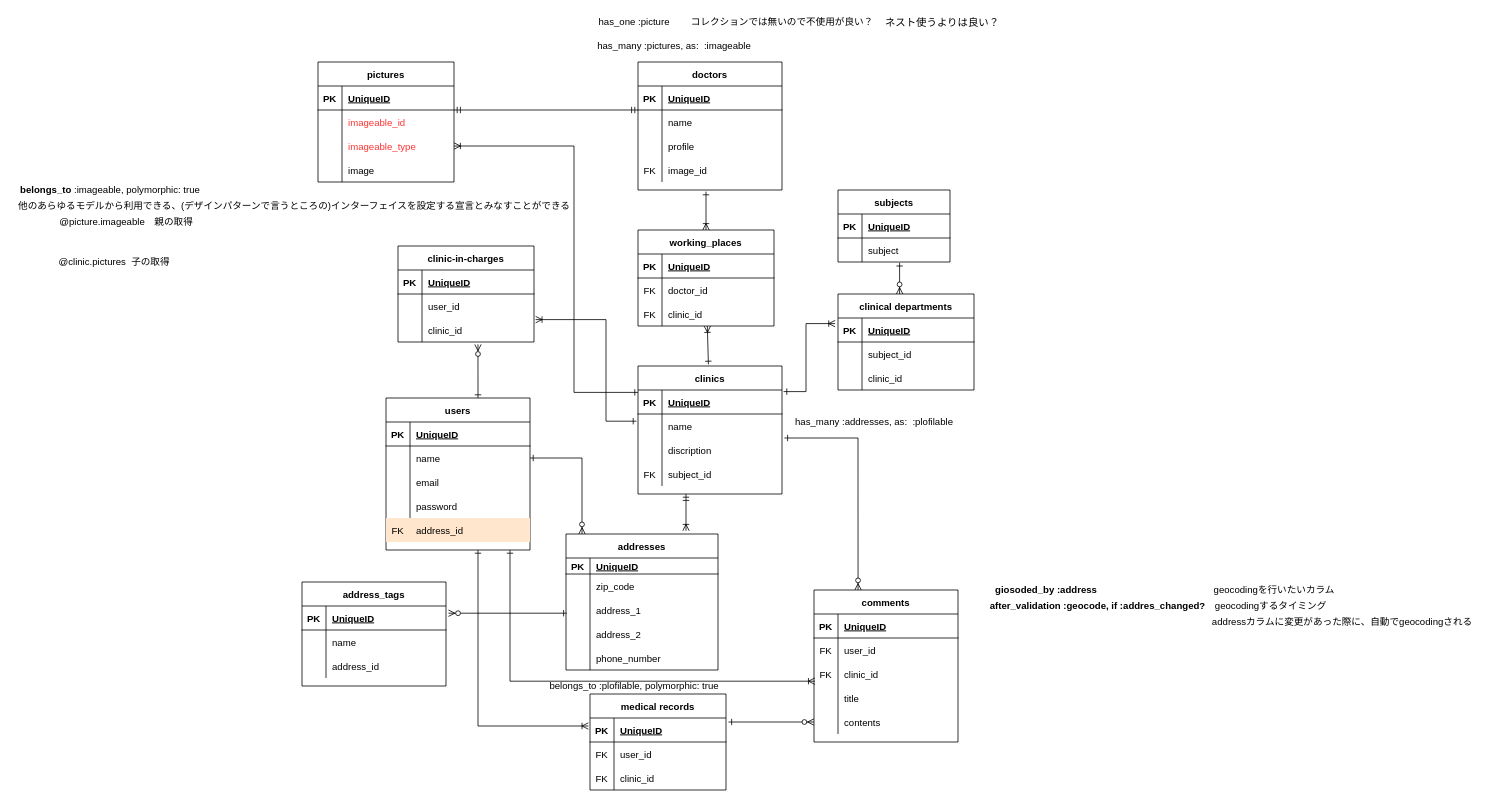
Earlier version of the draw.io diagram page "help_doctor" (4 of 4) of Untitled Diagram.drawio (Sec-il-n/dic_guraduate_parts). Source tidied: cells renumbered, new cells numbered last; positions are measured from the earlier drawing's top-left corner, leaving out a move shared by most shapes. Both pictures are drawn from the tidied source at 80%, with x=0, y=0 at pixel (14, 14).
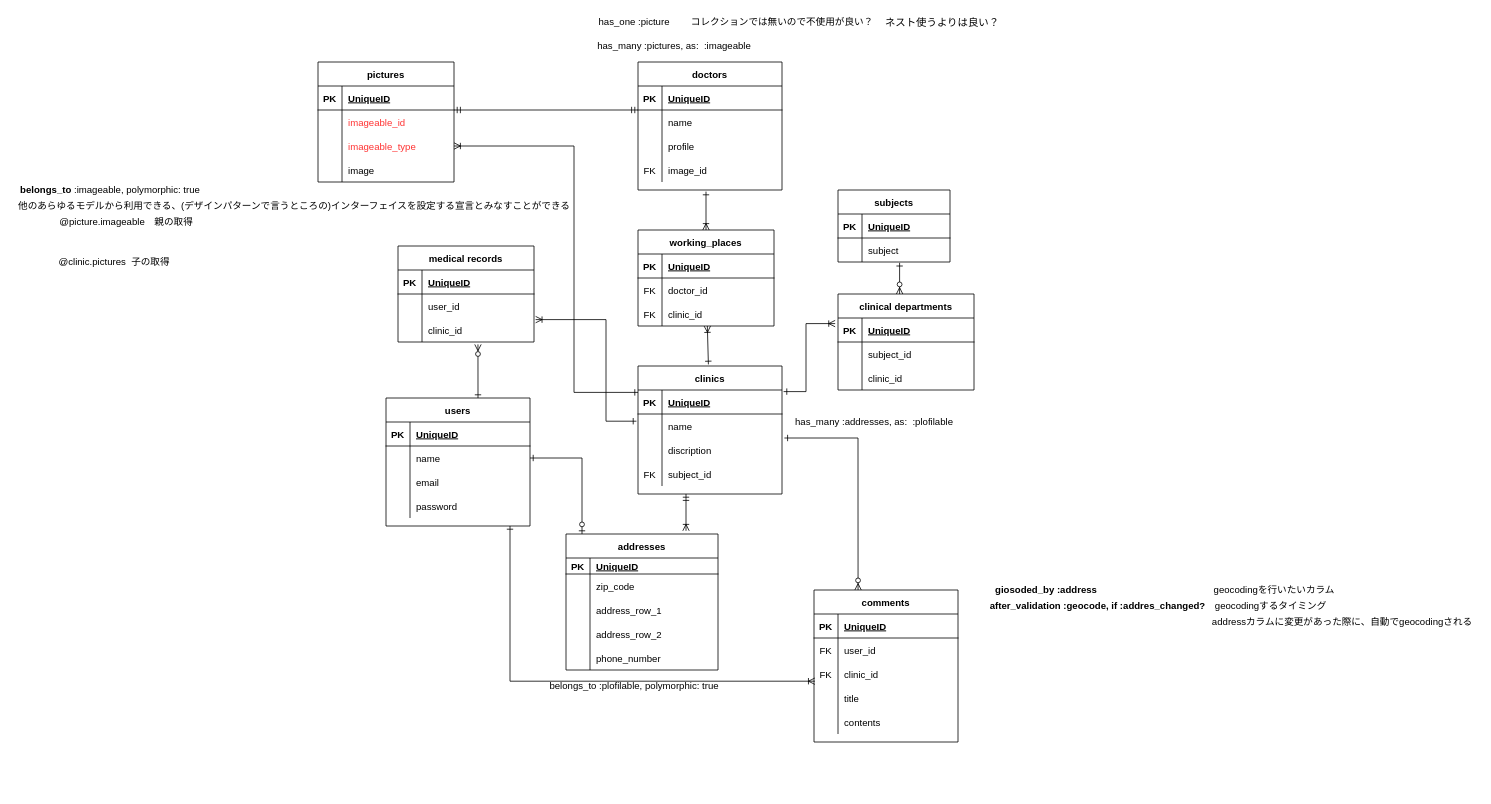
After the change.

Commit message:
Untitled Diagram.drawio を更新します

Unchanged cells that the change refers to:
```xml
<mxCell id="6" style="shape=partialRectangle;fillColor=none;top=0;left=0;bottom=0;right=0;points=[[0,0.5],[1,0.5]];portConstraint=eastwest;" parent="2" vertex="1">
  <mxGeometry y="60" width="180" height="30" as="geometry" />
</mxCell>
<mxCell id="100" style="shape=partialRectangle;fillColor=none;top=0;left=0;bottom=0;right=0;points=[[0,0.5],[1,0.5]];portConstraint=eastwest;" parent="93" vertex="1">
  <mxGeometry y="90" width="180" height="30" as="geometry" />
</mxCell>
<mxCell id="106" style="shape=partialRectangle;fillColor=none;top=0;left=0;bottom=0;right=0;points=[[0,0.5],[1,0.5]];portConstraint=eastwest;" parent="93" vertex="1">
  <mxGeometry y="150" width="180" height="30" as="geometry" />
</mxCell>
<mxCell id="146" style="shape=partialRectangle;fillColor=none;top=0;left=0;bottom=0;right=0;" parent="139" vertex="1">
  <mxGeometry y="80" width="190" height="30" as="geometry" />
</mxCell>
<mxCell id="149" style="shape=partialRectangle;fillColor=none;top=0;left=0;bottom=0;right=0;" parent="139" vertex="1">
  <mxGeometry y="110" width="190" height="30" as="geometry" />
</mxCell>
```

Diff of the diagram source:
```diff
@@
     <mxCell id="2" value="users" style="shape=table;startSize=30;childLayout=tableLayout;rowLines=0;fontStyle=1;align=center;" parent="1" vertex="1">
-      <mxGeometry x="465" y="480" width="180" height="190" as="geometry" />
+      <mxGeometry x="465" y="480" width="180" height="160" as="geometry" />
     </mxCell>
@@
-    <mxCell id="15" style="shape=partialRectangle;fillColor=#ffe6cc;top=0;left=0;bottom=0;right=0;strokeColor=#d79b00;" parent="2" vertex="1">
-      <mxGeometry y="150" width="180" height="30" as="geometry" />
-    </mxCell>
-    <mxCell id="16" value="FK" style="shape=partialRectangle;fillColor=none;top=0;left=0;bottom=0;right=0;overflow=hidden;" parent="15" vertex="1">
-      <mxGeometry width="30" height="30" as="geometry" />
-    </mxCell>
-    <mxCell id="17" value="address_id" style="shape=partialRectangle;fillColor=none;top=0;left=0;bottom=0;right=0;align=left;spacingLeft=6;overflow=hidden;" parent="15" vertex="1">
-      <mxGeometry x="30" width="150" height="30" as="geometry" />
-    </mxCell>
@@
-    <mxCell id="71" value="medical records" style="shape=table;startSize=30;childLayout=tableLayout;rowLines=0;fontStyle=1;align=center;strokeColor=#000000;fillColor=#FFFFFF;fontColor=#000000;" parent="1" vertex="1">
-      <mxGeometry x="720" y="850" width="170" height="120" as="geometry" />
-    </mxCell>
-    <mxCell id="72" style="shape=partialRectangle;fillColor=none;top=0;left=0;bottom=1;right=0;points=[[0,0.5],[1,0.5]];portConstraint=eastwest;" parent="71" vertex="1">
-      <mxGeometry y="30" width="170" height="30" as="geometry" />
-    </mxCell>
-    <mxCell id="73" value="PK" style="shape=partialRectangle;fillColor=none;top=0;left=0;bottom=0;right=0;fontStyle=1;overflow=hidden;" parent="72" vertex="1">
-      <mxGeometry width="30" height="30" as="geometry" />
-    </mxCell>
-    <mxCell id="74" value="UniqueID" style="shape=partialRectangle;fillColor=none;top=0;left=0;bottom=0;right=0;align=left;spacingLeft=6;fontStyle=5;overflow=hidden;" parent="72" vertex="1">
-      <mxGeometry x="30" width="140" height="30" as="geometry" />
-    </mxCell>
-    <mxCell id="75" style="shape=partialRectangle;fillColor=none;top=0;left=0;bottom=0;right=0;" parent="71" vertex="1">
-      <mxGeometry y="60" width="170" height="30" as="geometry" />
-    </mxCell>
-    <mxCell id="76" value="FK" style="shape=partialRectangle;fillColor=none;top=0;left=0;bottom=0;right=0;overflow=hidden;" parent="75" vertex="1">
-      <mxGeometry width="30" height="30" as="geometry" />
-    </mxCell>
-    <mxCell id="77" value="user_id" style="shape=partialRectangle;fillColor=none;top=0;left=0;bottom=0;right=0;align=left;spacingLeft=6;overflow=hidden;" parent="75" vertex="1">
-      <mxGeometry x="30" width="140" height="30" as="geometry" />
-    </mxCell>
-    <mxCell id="78" style="shape=partialRectangle;fillColor=none;top=0;left=0;bottom=0;right=0;" parent="71" vertex="1">
-      <mxGeometry y="90" width="170" height="30" as="geometry" />
-    </mxCell>
-    <mxCell id="79" value="FK" style="shape=partialRectangle;fillColor=none;top=0;left=0;bottom=0;right=0;overflow=hidden;" parent="78" vertex="1">
-      <mxGeometry width="30" height="30" as="geometry" />
-    </mxCell>
-    <mxCell id="80" value="clinic_id" style="shape=partialRectangle;fillColor=none;top=0;left=0;bottom=0;right=0;align=left;spacingLeft=6;overflow=hidden;" parent="78" vertex="1">
-      <mxGeometry x="30" width="140" height="30" as="geometry" />
-    </mxCell>
-    <mxCell id="81" value="clinic-in-charges" style="shape=table;startSize=30;childLayout=tableLayout;rowLines=0;fontStyle=1;align=center;strokeColor=#000000;fillColor=#FFFFFF;fontColor=#000000;" parent="1" vertex="1">
+    <mxCell id="81" value="medical records" style="shape=table;startSize=30;childLayout=tableLayout;rowLines=0;fontStyle=1;align=center;strokeColor=#000000;fillColor=#FFFFFF;fontColor=#000000;" parent="1" vertex="1">
       <mxGeometry x="480" y="290" width="170" height="120" as="geometry" />
     </mxCell>
@@
-    <mxCell id="91" style="endArrow=ERoneToMany;html=1;rounded=0;fontColor=#000000;endFill=0;startArrow=ERone;startFill=0;" parent="1" edge="1">
-      <mxGeometry relative="1" as="geometry">
-        <mxPoint x="580" y="670" as="sourcePoint" />
-        <mxPoint x="718" y="890" as="targetPoint" />
-        <Array as="points">
-          <mxPoint x="580" y="890" />
-        </Array>
-      </mxGeometry>
-    </mxCell>
@@
-    <mxCell id="110" style="endArrow=ERzeroToMany;html=1;rounded=0;fontColor=#000000;endFill=1;startArrow=ERone;startFill=0;entryX=0;entryY=0.5;entryDx=0;entryDy=0;exitX=1.018;exitY=0.167;exitDx=0;exitDy=0;exitPerimeter=0;" parent="1" edge="1" source="72" target="106">
-      <mxGeometry relative="1" as="geometry" />
-    </mxCell>
@@
-    <mxCell id="131" style="endArrow=ERzeroToMany;html=1;rounded=0;fontColor=#000000;endFill=1;startArrow=ERone;startFill=0;exitX=1;exitY=0.5;exitDx=0;exitDy=0;" parent="1" edge="1" source="6">
+    <mxCell id="131" style="endArrow=ERzeroToOne;html=1;rounded=0;fontColor=#000000;endFill=1;startArrow=ERone;startFill=0;exitX=1;exitY=0.5;exitDx=0;exitDy=0;" parent="1" edge="1" source="6">
       <mxGeometry relative="1" as="geometry">
         <mxPoint x="710" y="650" as="targetPoint" />
         <Array as="points">
           <mxPoint x="710" y="555" />
         </Array>
       </mxGeometry>
     </mxCell>
@@
     <mxCell id="134" style="endArrow=ERoneToMany;html=1;rounded=0;fontColor=#000000;endFill=0;startArrow=ERone;startFill=0;entryX=0.006;entryY=0.8;entryDx=0;entryDy=0;entryPerimeter=0;" parent="1" edge="1" target="100">
       <mxGeometry relative="1" as="geometry">
-        <mxPoint x="620" y="670" as="sourcePoint" />
+        <mxPoint x="620" y="640" as="sourcePoint" />
         <Array as="points">
           <mxPoint x="620" y="834" />
         </Array>
       </mxGeometry>
     </mxCell>
@@
-    <mxCell id="148" value="address_1" style="shape=partialRectangle;fillColor=none;top=0;left=0;bottom=0;right=0;align=left;spacingLeft=6;overflow=hidden;" parent="146" vertex="1">
+    <mxCell id="148" value="address_row_1" style="shape=partialRectangle;fillColor=none;top=0;left=0;bottom=0;right=0;align=left;spacingLeft=6;overflow=hidden;" parent="146" vertex="1">
       <mxGeometry x="30" width="160" height="30" as="geometry" />
     </mxCell>
@@
-    <mxCell id="151" value="address_2" style="shape=partialRectangle;fillColor=none;top=0;left=0;bottom=0;right=0;align=left;spacingLeft=6;overflow=hidden;" parent="149" vertex="1">
+    <mxCell id="151" value="address_row_2" style="shape=partialRectangle;fillColor=none;top=0;left=0;bottom=0;right=0;align=left;spacingLeft=6;overflow=hidden;" parent="149" vertex="1">
       <mxGeometry x="30" width="160" height="30" as="geometry" />
     </mxCell>
@@
-    <mxCell id="165" value="address_tags" style="shape=table;startSize=30;childLayout=tableLayout;rowLines=0;fontStyle=1;align=center;strokeColor=#000000;fillColor=#FFFFFF;fontColor=#000000;" parent="1" vertex="1">
-      <mxGeometry x="360" y="710" width="180" height="130" as="geometry" />
-    </mxCell>
-    <mxCell id="166" style="shape=partialRectangle;fillColor=none;top=0;left=0;bottom=1;right=0;points=[[0,0.5],[1,0.5]];portConstraint=eastwest;" parent="165" vertex="1">
-      <mxGeometry y="30" width="180" height="30" as="geometry" />
-    </mxCell>
-    <mxCell id="167" value="PK" style="shape=partialRectangle;fillColor=none;top=0;left=0;bottom=0;right=0;fontStyle=1;overflow=hidden;" parent="166" vertex="1">
-      <mxGeometry width="30" height="30" as="geometry" />
-    </mxCell>
-    <mxCell id="168" value="UniqueID" style="shape=partialRectangle;fillColor=none;top=0;left=0;bottom=0;right=0;align=left;spacingLeft=6;fontStyle=5;overflow=hidden;" parent="166" vertex="1">
-      <mxGeometry x="30" width="150" height="30" as="geometry" />
-    </mxCell>
-    <mxCell id="169" style="shape=partialRectangle;fillColor=none;top=0;left=0;bottom=0;right=0;" parent="165" vertex="1">
-      <mxGeometry y="60" width="180" height="30" as="geometry" />
-    </mxCell>
-    <mxCell id="170" style="shape=partialRectangle;fillColor=none;top=0;left=0;bottom=0;right=0;overflow=hidden;" parent="169" vertex="1">
-      <mxGeometry width="30" height="30" as="geometry" />
-    </mxCell>
-    <mxCell id="171" value="name" style="shape=partialRectangle;fillColor=none;top=0;left=0;bottom=0;right=0;align=left;spacingLeft=6;overflow=hidden;" parent="169" vertex="1">
-      <mxGeometry x="30" width="150" height="30" as="geometry" />
-    </mxCell>
-    <mxCell id="172" style="shape=partialRectangle;fillColor=none;top=0;left=0;bottom=0;right=0;" parent="165" vertex="1">
-      <mxGeometry y="90" width="180" height="30" as="geometry" />
-    </mxCell>
-    <mxCell id="173" style="shape=partialRectangle;fillColor=none;top=0;left=0;bottom=0;right=0;overflow=hidden;" parent="172" vertex="1">
-      <mxGeometry width="30" height="30" as="geometry" />
-    </mxCell>
-    <mxCell id="174" value="address_id" style="shape=partialRectangle;fillColor=none;top=0;left=0;bottom=0;right=0;align=left;spacingLeft=6;overflow=hidden;" parent="172" vertex="1">
-      <mxGeometry x="30" width="150" height="30" as="geometry" />
-    </mxCell>
-    <mxCell id="175" style="endArrow=ERzeroToMany;html=1;rounded=0;fontColor=#000000;endFill=1;startArrow=ERone;startFill=0;entryX=1.017;entryY=0.3;entryDx=0;entryDy=0;entryPerimeter=0;" parent="1" edge="1" target="166">
-      <mxGeometry relative="1" as="geometry">
-        <mxPoint x="691" y="749" as="sourcePoint" />
-      </mxGeometry>
-    </mxCell>
```
